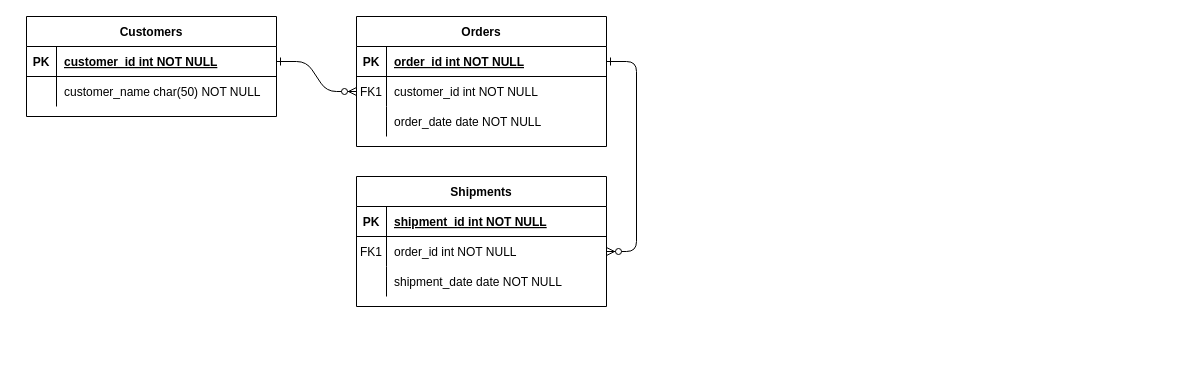
kay-ci/fandomproject keeps this draw.io diagram as Untitled Diagram.drawio. Above is the earlier version. Source tidied: cells renumbered, new cells numbered last; positions are measured from the earlier drawing's top-left corner, leaving out a move shared by most shapes. Both pictures are drawn from the tidied source at 100%, with x=0, y=0 at pixel (26, 16).
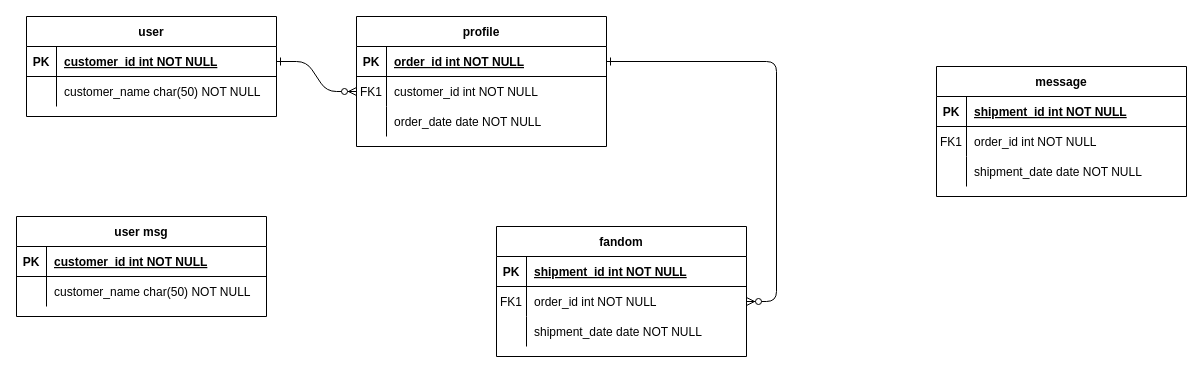
After the change.

What changed in the source:
```diff
@@
-    <mxCell id="4" value="Orders" style="shape=table;startSize=30;childLayout=tableLayout;rowLines=0;fontStyle=1;align=center;" parent="1" vertex="1">
+    <mxCell id="4" value="profile" style="shape=table;startSize=30;childLayout=tableLayout;rowLines=0;fontStyle=1;align=center;" parent="1" vertex="1">
       <mxGeometry x="330" width="250" height="130" as="geometry" />
     </mxCell>
@@
-    <mxCell id="14" value="Shipments" style="shape=table;startSize=30;childLayout=tableLayout;rowLines=0;fontStyle=1;align=center;" parent="1" vertex="1">
-      <mxGeometry x="330" y="160" width="250" height="130" as="geometry" />
+    <mxCell id="14" value="fandom" style="shape=table;startSize=30;childLayout=tableLayout;rowLines=0;fontStyle=1;align=center;" parent="1" vertex="1">
+      <mxGeometry x="470" y="210" width="250" height="130" as="geometry" />
     </mxCell>
@@
-    <mxCell id="24" value="Customers" style="shape=table;startSize=30;childLayout=tableLayout;rowLines=0;fontStyle=1;align=center;" parent="1" vertex="1">
+    <mxCell id="24" value="user" style="shape=table;startSize=30;childLayout=tableLayout;rowLines=0;fontStyle=1;align=center;" parent="1" vertex="1">
       <mxGeometry width="250" height="100" as="geometry" />
     </mxCell>
@@
+    <mxCell id="31" value="message" style="shape=table;startSize=30;childLayout=tableLayout;rowLines=0;fontStyle=1;align=center;" parent="1" vertex="1">
+      <mxGeometry x="910" y="50" width="250" height="130" as="geometry" />
+    </mxCell>
+    <mxCell id="32" style="shape=partialRectangle;fillColor=none;top=0;left=0;right=0;bottom=1;" parent="31" vertex="1">
+      <mxGeometry y="30" width="250" height="30" as="geometry" />
+    </mxCell>
+    <mxCell id="33" value="PK" style="shape=partialRectangle;overflow=hidden;fillColor=none;top=0;left=0;bottom=0;right=0;fontStyle=1;" parent="32" vertex="1">
+      <mxGeometry width="30" height="30" as="geometry" />
+    </mxCell>
+    <mxCell id="34" value="shipment_id int NOT NULL " style="shape=partialRectangle;overflow=hidden;fillColor=none;top=0;left=0;bottom=0;right=0;align=left;spacingLeft=6;fontStyle=5;" parent="32" vertex="1">
+      <mxGeometry x="30" width="220" height="30" as="geometry" />
+    </mxCell>
+    <mxCell id="35" style="shape=partialRectangle;fillColor=none;top=0;left=0;right=0;bottom=0;" parent="31" vertex="1">
+      <mxGeometry y="60" width="250" height="30" as="geometry" />
+    </mxCell>
+    <mxCell id="36" value="FK1" style="shape=partialRectangle;overflow=hidden;fillColor=none;top=0;left=0;bottom=0;right=0;" parent="35" vertex="1">
+      <mxGeometry width="30" height="30" as="geometry" />
+    </mxCell>
+    <mxCell id="37" value="order_id int NOT NULL" style="shape=partialRectangle;overflow=hidden;fillColor=none;top=0;left=0;bottom=0;right=0;align=left;spacingLeft=6;" parent="35" vertex="1">
+      <mxGeometry x="30" width="220" height="30" as="geometry" />
+    </mxCell>
+    <mxCell id="38" style="shape=partialRectangle;fillColor=none;top=0;left=0;right=0;bottom=0;" parent="31" vertex="1">
+      <mxGeometry y="90" width="250" height="30" as="geometry" />
+    </mxCell>
+    <mxCell id="39" style="shape=partialRectangle;overflow=hidden;fillColor=none;top=0;left=0;bottom=0;right=0;" parent="38" vertex="1">
+      <mxGeometry width="30" height="30" as="geometry" />
+    </mxCell>
+    <mxCell id="40" value="shipment_date date NOT NULL" style="shape=partialRectangle;overflow=hidden;fillColor=none;top=0;left=0;bottom=0;right=0;align=left;spacingLeft=6;" parent="38" vertex="1">
+      <mxGeometry x="30" width="220" height="30" as="geometry" />
+    </mxCell>
+    <mxCell id="41" value="user msg" style="shape=table;startSize=30;childLayout=tableLayout;rowLines=0;fontStyle=1;align=center;" parent="1" vertex="1">
+      <mxGeometry x="-10" y="200" width="250" height="100" as="geometry" />
+    </mxCell>
+    <mxCell id="42" style="shape=partialRectangle;fillColor=none;top=0;left=0;right=0;bottom=1;" parent="41" vertex="1">
+      <mxGeometry y="30" width="250" height="30" as="geometry" />
+    </mxCell>
+    <mxCell id="43" value="PK" style="shape=partialRectangle;overflow=hidden;fillColor=none;top=0;left=0;bottom=0;right=0;fontStyle=1;" parent="42" vertex="1">
+      <mxGeometry width="30" height="30" as="geometry" />
+    </mxCell>
+    <mxCell id="44" value="customer_id int NOT NULL " style="shape=partialRectangle;overflow=hidden;fillColor=none;top=0;left=0;bottom=0;right=0;align=left;spacingLeft=6;fontStyle=5;" parent="42" vertex="1">
+      <mxGeometry x="30" width="220" height="30" as="geometry" />
+    </mxCell>
+    <mxCell id="45" style="shape=partialRectangle;fillColor=none;top=0;left=0;right=0;bottom=0;" parent="41" vertex="1">
+      <mxGeometry y="60" width="250" height="30" as="geometry" />
+    </mxCell>
+    <mxCell id="46" style="shape=partialRectangle;overflow=hidden;fillColor=none;top=0;left=0;bottom=0;right=0;" parent="45" vertex="1">
+      <mxGeometry width="30" height="30" as="geometry" />
+    </mxCell>
+    <mxCell id="47" value="customer_name char(50) NOT NULL" style="shape=partialRectangle;overflow=hidden;fillColor=none;top=0;left=0;bottom=0;right=0;align=left;spacingLeft=6;" parent="45" vertex="1">
+      <mxGeometry x="30" width="220" height="30" as="geometry" />
+    </mxCell>
```
